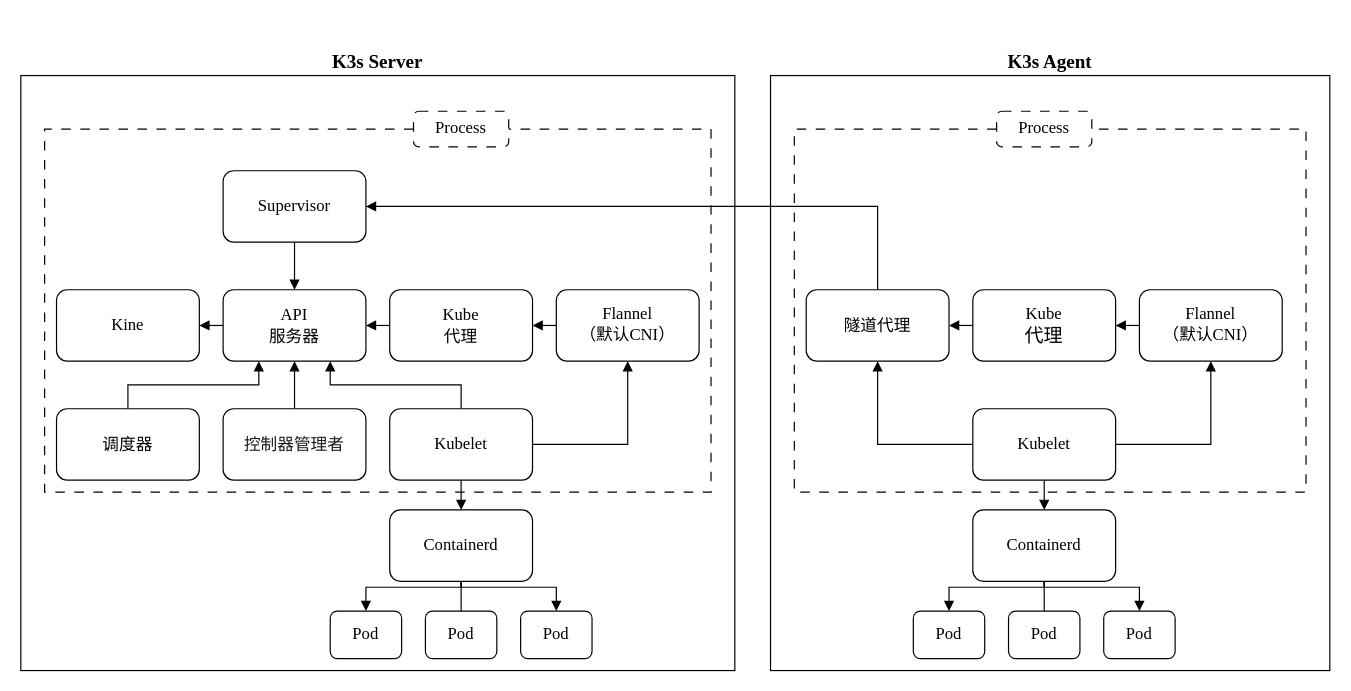
lllwwwooo/draw.io keeps this draw.io diagram as page "K3s架构" (3 of 7) of directory/边缘架构.drawio. Above is the earlier version. Source tidied: cells renumbered, new cells numbered last; positions are measured from the earlier drawing's top-left corner, leaving out a move shared by most shapes. Both pictures are drawn from the tidied source at 119%, with x=0, y=0 at pixel (20, 75).
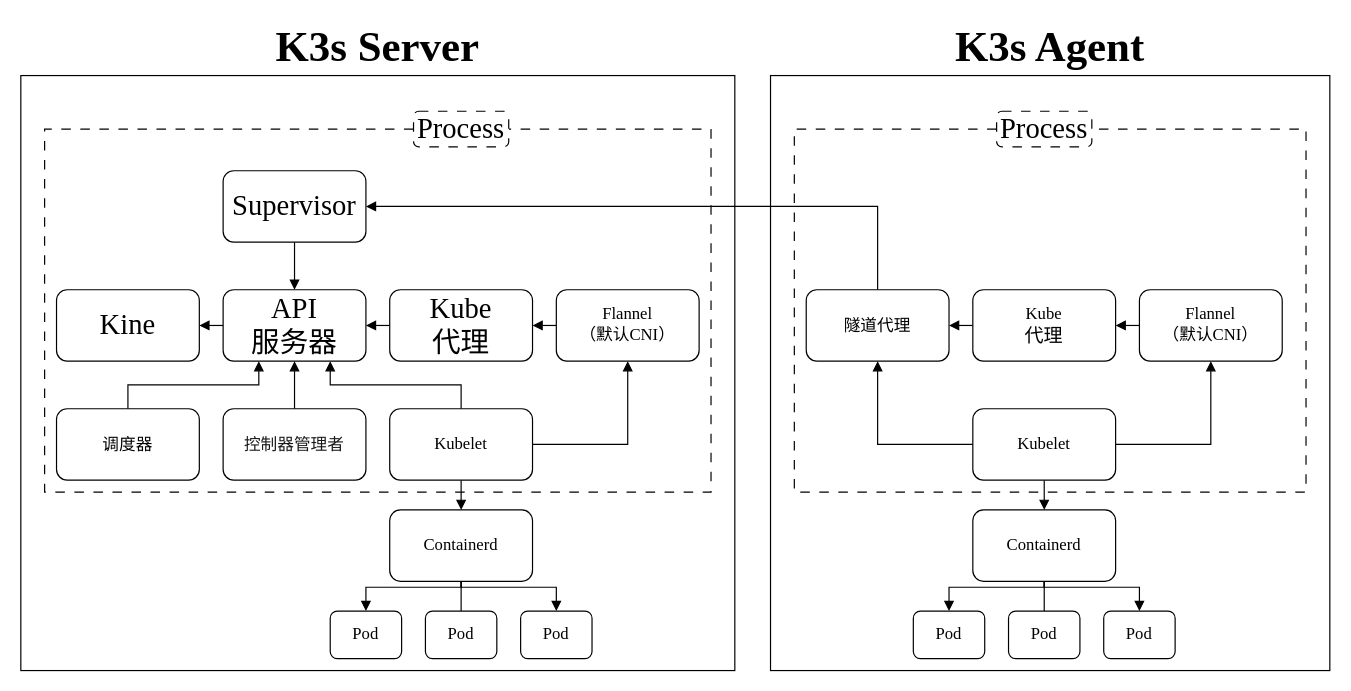
Above is the later version.

Commit message:
更新边缘架构.drawio

Change to the diagram source:
```diff
@@
-    <mxCell id="2" value="&lt;b&gt;&lt;font face=&quot;Times New Roman&quot; style=&quot;font-size: 16px;&quot;&gt;K3s Server&lt;/font&gt;&lt;/b&gt;" style="whiteSpace=wrap;html=1;align=center;newEdgeStyle={&quot;edgeStyle&quot;:&quot;elbowEdgeStyle&quot;,&quot;startArrow&quot;:&quot;none&quot;,&quot;endArrow&quot;:&quot;none&quot;};labelPosition=center;verticalLabelPosition=top;verticalAlign=bottom;" parent="1" vertex="1">
+    <mxCell id="2" value="&lt;b&gt;&lt;font face=&quot;Times New Roman&quot; style=&quot;font-size: 36px;&quot;&gt;K3s Server&lt;/font&gt;&lt;/b&gt;" style="whiteSpace=wrap;html=1;align=center;newEdgeStyle={&quot;edgeStyle&quot;:&quot;elbowEdgeStyle&quot;,&quot;startArrow&quot;:&quot;none&quot;,&quot;endArrow&quot;:&quot;none&quot;};labelPosition=center;verticalLabelPosition=top;verticalAlign=bottom;" parent="1" vertex="1">
       <mxGeometry width="600" height="500" as="geometry" />
     </mxCell>
@@
-    <mxCell id="4" value="&lt;font face=&quot;Times New Roman&quot; style=&quot;font-size: 14px;&quot;&gt;Supervisor&lt;/font&gt;" style="whiteSpace=wrap;html=1;align=center;newEdgeStyle={&quot;edgeStyle&quot;:&quot;elbowEdgeStyle&quot;,&quot;startArrow&quot;:&quot;none&quot;,&quot;endArrow&quot;:&quot;none&quot;};rounded=1;" parent="1" vertex="1">
+    <mxCell id="4" value="&lt;font face=&quot;Times New Roman&quot; style=&quot;font-size: 24px;&quot;&gt;Supervisor&lt;/font&gt;" style="whiteSpace=wrap;html=1;align=center;newEdgeStyle={&quot;edgeStyle&quot;:&quot;elbowEdgeStyle&quot;,&quot;startArrow&quot;:&quot;none&quot;,&quot;endArrow&quot;:&quot;none&quot;};rounded=1;" parent="1" vertex="1">
       <mxGeometry x="170" y="80" width="120" height="60" as="geometry" />
     </mxCell>
-    <mxCell id="5" value="&lt;font face=&quot;Times New Roman&quot; style=&quot;font-size: 14px;&quot;&gt;Kine&lt;/font&gt;" style="whiteSpace=wrap;html=1;align=center;newEdgeStyle={&quot;edgeStyle&quot;:&quot;elbowEdgeStyle&quot;,&quot;startArrow&quot;:&quot;none&quot;,&quot;endArrow&quot;:&quot;none&quot;};glass=0;rounded=1;" parent="1" vertex="1">
+    <mxCell id="5" value="&lt;font face=&quot;Times New Roman&quot; style=&quot;font-size: 24px;&quot;&gt;Kine&lt;/font&gt;" style="whiteSpace=wrap;html=1;align=center;newEdgeStyle={&quot;edgeStyle&quot;:&quot;elbowEdgeStyle&quot;,&quot;startArrow&quot;:&quot;none&quot;,&quot;endArrow&quot;:&quot;none&quot;};glass=0;rounded=1;" parent="1" vertex="1">
       <mxGeometry x="30" y="180" width="120" height="60" as="geometry" />
     </mxCell>
@@
-    <mxCell id="7" value="&lt;font style=&quot;font-size: 14px;&quot; face=&quot;Times New Roman&quot;&gt;API&lt;/font&gt;&lt;div&gt;&lt;font style=&quot;font-size: 14px;&quot; face=&quot;宋体&quot;&gt;服务器&lt;/font&gt;&lt;/div&gt;" style="whiteSpace=wrap;html=1;align=center;newEdgeStyle={&quot;edgeStyle&quot;:&quot;elbowEdgeStyle&quot;,&quot;startArrow&quot;:&quot;none&quot;,&quot;endArrow&quot;:&quot;none&quot;};rounded=1;" parent="1" vertex="1">
+    <mxCell id="7" value="&lt;font style=&quot;font-size: 24px;&quot; face=&quot;Times New Roman&quot;&gt;API&lt;/font&gt;&lt;div&gt;&lt;font style=&quot;font-size: 24px;&quot; face=&quot;宋体&quot;&gt;服务器&lt;/font&gt;&lt;/div&gt;" style="whiteSpace=wrap;html=1;align=center;newEdgeStyle={&quot;edgeStyle&quot;:&quot;elbowEdgeStyle&quot;,&quot;startArrow&quot;:&quot;none&quot;,&quot;endArrow&quot;:&quot;none&quot;};rounded=1;" parent="1" vertex="1">
       <mxGeometry x="170" y="180" width="120" height="60" as="geometry" />
     </mxCell>
@@
-    <mxCell id="9" value="&lt;font style=&quot;font-size: 14px;&quot; face=&quot;Times New Roman&quot;&gt;Kube&lt;/font&gt;&lt;div&gt;&lt;font style=&quot;font-size: 14px;&quot; face=&quot;宋体&quot;&gt;代理&lt;/font&gt;&lt;/div&gt;" style="whiteSpace=wrap;html=1;align=center;newEdgeStyle={&quot;edgeStyle&quot;:&quot;elbowEdgeStyle&quot;,&quot;startArrow&quot;:&quot;none&quot;,&quot;endArrow&quot;:&quot;none&quot;};rounded=1;" parent="1" vertex="1">
+    <mxCell id="9" value="&lt;font style=&quot;font-size: 24px;&quot; face=&quot;Times New Roman&quot;&gt;Kube&lt;/font&gt;&lt;div&gt;&lt;font style=&quot;font-size: 24px;&quot; face=&quot;宋体&quot;&gt;代理&lt;/font&gt;&lt;/div&gt;" style="whiteSpace=wrap;html=1;align=center;newEdgeStyle={&quot;edgeStyle&quot;:&quot;elbowEdgeStyle&quot;,&quot;startArrow&quot;:&quot;none&quot;,&quot;endArrow&quot;:&quot;none&quot;};rounded=1;" parent="1" vertex="1">
       <mxGeometry x="310" y="180" width="120" height="60" as="geometry" />
     </mxCell>
@@
-    <mxCell id="28" value="&lt;font face=&quot;Times New Roman&quot; style=&quot;font-size: 14px;&quot;&gt;Process&lt;/font&gt;" style="rounded=1;whiteSpace=wrap;html=1;dashed=1;dashPattern=8 8;" parent="1" vertex="1">
+    <mxCell id="28" value="&lt;font face=&quot;Times New Roman&quot; style=&quot;font-size: 24px;&quot;&gt;Process&lt;/font&gt;" style="rounded=1;whiteSpace=wrap;html=1;dashed=1;dashPattern=8 8;" parent="1" vertex="1">
       <mxGeometry x="330" y="30" width="80" height="30" as="geometry" />
     </mxCell>
-    <mxCell id="29" value="&lt;b&gt;&lt;font face=&quot;Times New Roman&quot; style=&quot;font-size: 16px;&quot;&gt;K3s Agent&lt;/font&gt;&lt;/b&gt;" style="whiteSpace=wrap;html=1;align=center;newEdgeStyle={&quot;edgeStyle&quot;:&quot;elbowEdgeStyle&quot;,&quot;startArrow&quot;:&quot;none&quot;,&quot;endArrow&quot;:&quot;none&quot;};labelPosition=center;verticalLabelPosition=top;verticalAlign=bottom;" parent="1" vertex="1">
+    <mxCell id="29" value="&lt;b&gt;&lt;font face=&quot;Times New Roman&quot; style=&quot;font-size: 36px;&quot;&gt;K3s Agent&lt;/font&gt;&lt;/b&gt;" style="whiteSpace=wrap;html=1;align=center;newEdgeStyle={&quot;edgeStyle&quot;:&quot;elbowEdgeStyle&quot;,&quot;startArrow&quot;:&quot;none&quot;,&quot;endArrow&quot;:&quot;none&quot;};labelPosition=center;verticalLabelPosition=top;verticalAlign=bottom;" parent="1" vertex="1">
       <mxGeometry x="630" width="470" height="500" as="geometry" />
     </mxCell>
@@
-    <mxCell id="48" value="&lt;font face=&quot;Times New Roman&quot; style=&quot;font-size: 14px;&quot;&gt;Process&lt;/font&gt;" style="rounded=1;whiteSpace=wrap;html=1;dashed=1;dashPattern=8 8;" parent="1" vertex="1">
+    <mxCell id="48" value="&lt;font face=&quot;Times New Roman&quot; style=&quot;font-size: 24px;&quot;&gt;Process&lt;/font&gt;" style="rounded=1;whiteSpace=wrap;html=1;dashed=1;dashPattern=8 8;" parent="1" vertex="1">
       <mxGeometry x="820" y="30" width="80" height="30" as="geometry" />
     </mxCell>
```
